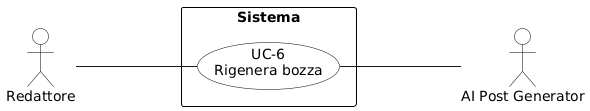
Earlier version of the PlantUML export RTB/Analisi dei Requisiti/diagrammi_use_case/UC-6.png (aLittleByte-19/Documentazione).
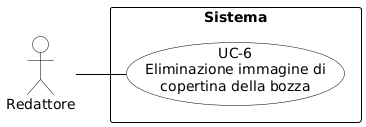
The same file after the commit.

Diff of the diagram source:
```diff
@@ -1,20 +1,28 @@
 @startuml
 skinparam shadowing false
-skinparam backgroundColor #FFFFFF
-skinparam usecaseBackgroundColor #FFFFFF
-skinparam usecaseBorderColor #000000
-skinparam actorBackgroundColor #FFFFFF
-skinparam actorBorderColor #000000
-skinparam rectangleBackgroundColor #FFFFFF
-skinparam rectangleBorderColor #000000
+skinparam defaultFontName Arial
 left to right direction
-skinparam packageStyle rectangle
+skinparam nodesep 15
+skinparam ranksep 50
 
-actor "Redattore" as R
-actor "AI Post Generator" as AI
-rectangle Sistema {
-  usecase "UC-6\nRigenera bozza" as UC6
+skinparam usecase {
+    BackgroundColor white
+    BorderColor black
+    ArrowColor black
 }
-R --- UC6
-UC6 --- AI
+skinparam actor {
+    BackgroundColor white
+    BorderColor black
+}
+skinparam rectangle {
+    BorderColor black
+    FontStyle bold
+}
+
+actor "Redattore" as redattore
+rectangle "Sistema" {
+    usecase "UC-6\nEliminazione immagine di\ncopertina della bozza" as UC6
+}
+
+redattore -- UC6
 @enduml
```
